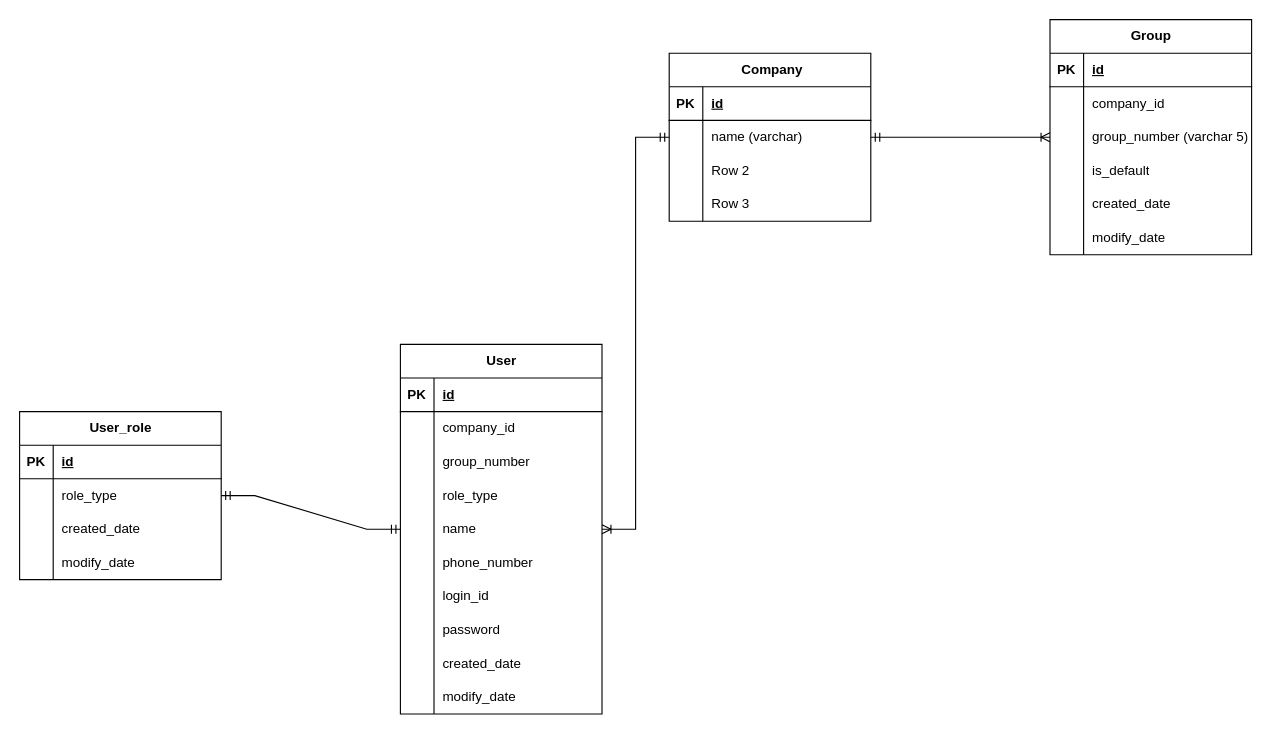
The draw.io diagram grit.drawio in gojunghyo/erd_study, before the edit. Source tidied: cells renumbered, new cells numbered last; positions are measured from the earlier drawing's top-left corner, leaving out a move shared by most shapes. Both pictures are drawn from the tidied source at 112%, with x=0, y=0 at pixel (19, 19).
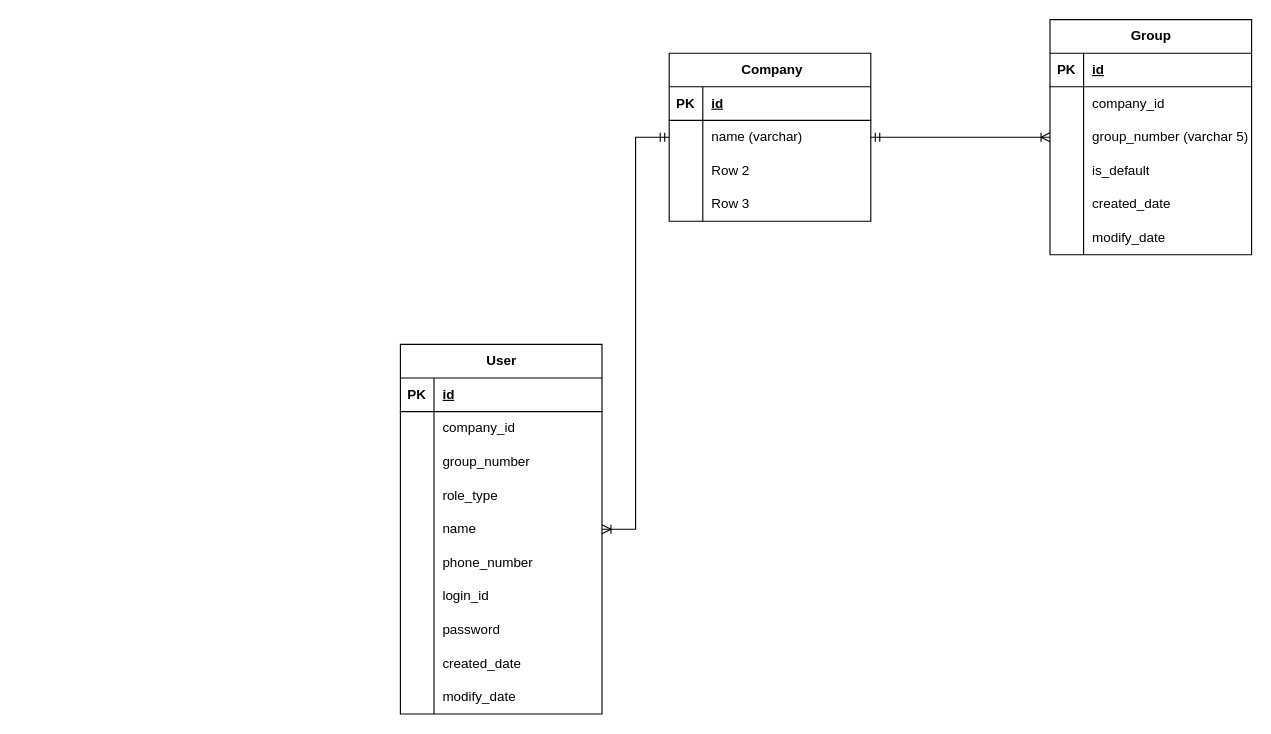
The same page after the edit.

Unchanged cells that the change refers to:
```xml
<mxCell id="15" value="User" style="shape=table;startSize=30;childLayout=tableLayout;rowLines=0;fontStyle=1;align=center;html=1;" parent="1" vertex="1">
  <mxGeometry x="340" y="290" width="180" height="330" as="geometry" />
</mxCell>
```

Change to the diagram source:
```diff
@@
-    <mxCell id="67" value="User_role" style="shape=table;startSize=30;childLayout=tableLayout;rowLines=0;fontStyle=1;align=center;html=1;" parent="1" vertex="1">
-      <mxGeometry y="350" width="180" height="150" as="geometry" />
-    </mxCell>
-    <mxCell id="68" style="shape=tableRow;horizontal=0;startSize=0;swimlaneHead=0;swimlaneBody=0;fillColor=none;top=0;left=0;right=0;bottom=1;" parent="67" vertex="1">
-      <mxGeometry y="30" width="180" height="30" as="geometry" />
-    </mxCell>
-    <mxCell id="69" value="PK" style="shape=partialRectangle;fillColor=none;top=0;left=0;bottom=0;right=0;fontStyle=1;overflow=hidden;whiteSpace=wrap;html=1;" parent="68" vertex="1">
-      <mxGeometry width="30" height="30" as="geometry" />
-    </mxCell>
-    <mxCell id="70" value="id" style="shape=partialRectangle;fillColor=none;top=0;left=0;bottom=0;right=0;align=left;spacingLeft=6;fontStyle=5;overflow=hidden;whiteSpace=wrap;html=1;" parent="68" vertex="1">
-      <mxGeometry x="30" width="150" height="30" as="geometry" />
-    </mxCell>
-    <mxCell id="71" style="shape=tableRow;horizontal=0;startSize=0;swimlaneHead=0;swimlaneBody=0;fillColor=none;top=0;left=0;right=0;bottom=0;" parent="67" vertex="1">
-      <mxGeometry y="60" width="180" height="30" as="geometry" />
-    </mxCell>
-    <mxCell id="72" style="shape=partialRectangle;fillColor=none;top=0;left=0;bottom=0;right=0;overflow=hidden;whiteSpace=wrap;html=1;" parent="71" vertex="1">
-      <mxGeometry width="30" height="30" as="geometry" />
-    </mxCell>
-    <mxCell id="73" value="role_type" style="shape=partialRectangle;fillColor=none;top=0;left=0;bottom=0;right=0;align=left;spacingLeft=6;overflow=hidden;whiteSpace=wrap;html=1;" parent="71" vertex="1">
-      <mxGeometry x="30" width="150" height="30" as="geometry" />
-    </mxCell>
-    <mxCell id="74" style="shape=tableRow;horizontal=0;startSize=0;swimlaneHead=0;swimlaneBody=0;fillColor=none;top=0;left=0;right=0;bottom=0;" parent="67" vertex="1">
-      <mxGeometry y="90" width="180" height="30" as="geometry" />
-    </mxCell>
-    <mxCell id="75" style="shape=partialRectangle;fillColor=none;top=0;left=0;bottom=0;right=0;overflow=hidden;whiteSpace=wrap;html=1;" parent="74" vertex="1">
-      <mxGeometry width="30" height="30" as="geometry" />
-    </mxCell>
-    <mxCell id="76" value="created_date" style="shape=partialRectangle;fillColor=none;top=0;left=0;bottom=0;right=0;align=left;spacingLeft=6;overflow=hidden;whiteSpace=wrap;html=1;" parent="74" vertex="1">
-      <mxGeometry x="30" width="150" height="30" as="geometry" />
-    </mxCell>
-    <mxCell id="77" style="shape=tableRow;horizontal=0;startSize=0;swimlaneHead=0;swimlaneBody=0;fillColor=none;top=0;left=0;right=0;bottom=0;" parent="67" vertex="1">
-      <mxGeometry y="120" width="180" height="30" as="geometry" />
-    </mxCell>
-    <mxCell id="78" style="shape=partialRectangle;fillColor=none;top=0;left=0;bottom=0;right=0;overflow=hidden;whiteSpace=wrap;html=1;" parent="77" vertex="1">
-      <mxGeometry width="30" height="30" as="geometry" />
-    </mxCell>
-    <mxCell id="79" value="modify_date" style="shape=partialRectangle;fillColor=none;top=0;left=0;bottom=0;right=0;align=left;spacingLeft=6;overflow=hidden;whiteSpace=wrap;html=1;" parent="77" vertex="1">
-      <mxGeometry x="30" width="150" height="30" as="geometry" />
-    </mxCell>
-    <mxCell id="80" style="edgeStyle=entityRelationEdgeStyle;fontSize=12;html=1;endArrow=ERmandOne;startArrow=ERmandOne;rounded=0;" parent="1" edge="1" source="67" target="15">
-      <mxGeometry relative="1" as="geometry" />
-    </mxCell>
```
